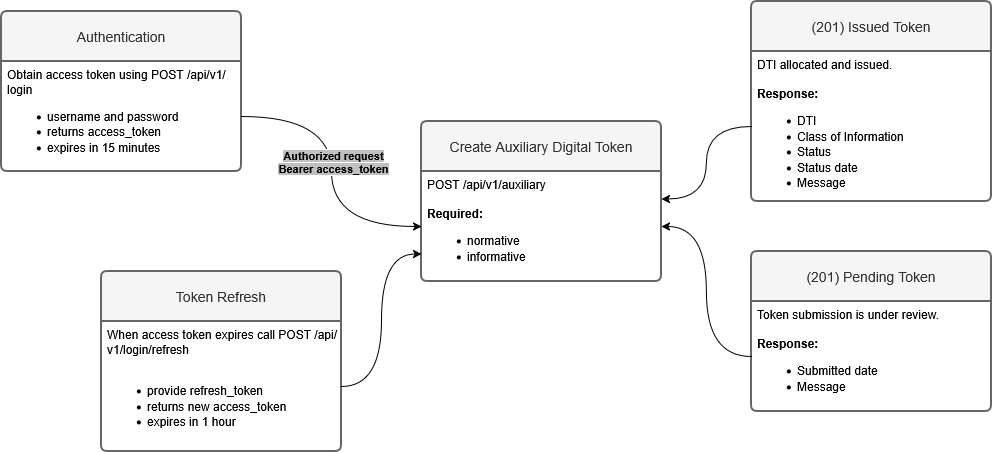
jes-spag/drawing keeps this draw.io diagram as DTI Allocation API - Diagram v1.drawio.png. Above is the earlier version. Source tidied: cells renumbered, new cells last; positions are measured from the earlier drawing's top-left corner, leaving out a move shared by most shapes. Source of this version:
```xml
<mxGraphModel>
  <root>
    <mxCell id="0" />
    <mxCell id="1" parent="0" />
    <mxCell id="2" value="Authentication" style="swimlane;horizontal=1;startSize=50;rounded=1;fontSize=14;fontStyle=0;strokeWidth=2;shadow=0;dashed=0;align=center;arcSize=4;whiteSpace=wrap;html=1;fillColor=#f5f5f5;fontColor=#333333;strokeColor=#666666;" parent="1" vertex="1">
      <mxGeometry y="10" width="240" height="160" as="geometry" />
    </mxCell>
    <mxCell id="3" value="&lt;div&gt;Obtain access token using POST /api/v1/login&lt;/div&gt;&lt;div&gt;&lt;ul&gt;&lt;li&gt;username and password&lt;/li&gt;&lt;li&gt;returns access_token&lt;/li&gt;&lt;li&gt;expires in 15 minutes&lt;/li&gt;&lt;/ul&gt;&lt;/div&gt;" style="align=left;strokeColor=none;fillColor=none;spacingLeft=4;spacingRight=4;fontSize=12;verticalAlign=top;html=1;whiteSpace=wrap;" parent="2" vertex="1">
      <mxGeometry y="50" width="240" height="110" as="geometry" />
    </mxCell>
    <mxCell id="4" value="Token Refresh" style="swimlane;horizontal=1;startSize=50;rounded=1;fontSize=14;fontStyle=0;strokeWidth=2;shadow=0;dashed=0;align=center;arcSize=4;whiteSpace=wrap;html=1;fillColor=#f5f5f5;fontColor=#333333;strokeColor=#666666;" parent="1" vertex="1">
      <mxGeometry x="100" y="270" width="240" height="180" as="geometry" />
    </mxCell>
    <mxCell id="5" value="&lt;div&gt;When access token expires call POST /api/v1/login/refresh&lt;/div&gt;&lt;div&gt;&lt;br&gt;&lt;/div&gt;&lt;div&gt;&lt;ul&gt;&lt;li&gt;provide refresh_token&lt;/li&gt;&lt;li&gt;returns new access_token&lt;/li&gt;&lt;li&gt;expires in 1 hour&lt;/li&gt;&lt;/ul&gt;&lt;/div&gt;" style="align=left;strokeColor=none;fillColor=none;spacingLeft=4;spacingRight=4;fontSize=12;verticalAlign=top;html=1;whiteSpace=wrap;" parent="4" vertex="1">
      <mxGeometry y="50" width="240" height="130" as="geometry" />
    </mxCell>
    <mxCell id="6" value="Create Auxiliary Digital Token" style="swimlane;horizontal=1;startSize=50;rounded=1;fontSize=14;fontStyle=0;strokeWidth=2;shadow=0;dashed=0;align=center;arcSize=4;whiteSpace=wrap;html=1;fillColor=#f5f5f5;fontColor=#333333;strokeColor=#666666;" parent="1" vertex="1">
      <mxGeometry x="420" y="120" width="240" height="160" as="geometry" />
    </mxCell>
    <mxCell id="7" value="&lt;div&gt;POST /api/v1/auxiliary&lt;/div&gt;&lt;div&gt;&lt;br&gt;&lt;/div&gt;&lt;div&gt;&lt;b&gt;Required:&lt;/b&gt;&lt;/div&gt;&lt;div&gt;&lt;ul&gt;&lt;li&gt;normative&lt;/li&gt;&lt;li&gt;informative&lt;/li&gt;&lt;/ul&gt;&lt;/div&gt;" style="align=left;strokeColor=none;fillColor=none;spacingLeft=4;spacingRight=4;fontSize=12;verticalAlign=top;html=1;whiteSpace=wrap;" parent="6" vertex="1">
      <mxGeometry y="50" width="240" height="110" as="geometry" />
    </mxCell>
    <mxCell id="8" value="(201) Issued Token" style="swimlane;horizontal=1;startSize=50;rounded=1;fontSize=14;fontStyle=0;strokeWidth=2;shadow=0;dashed=0;align=center;arcSize=4;whiteSpace=wrap;html=1;fillColor=#f5f5f5;fontColor=#333333;strokeColor=#666666;" parent="1" vertex="1">
      <mxGeometry x="750" width="240" height="200" as="geometry" />
    </mxCell>
    <mxCell id="9" value="&lt;div&gt;DTI allocated and issued.&lt;/div&gt;&lt;div&gt;&lt;br&gt;&lt;/div&gt;&lt;div&gt;&lt;b&gt;Response:&lt;/b&gt;&lt;/div&gt;&lt;div&gt;&lt;ul&gt;&lt;li&gt;DTI&lt;/li&gt;&lt;li&gt;Class of Information&lt;/li&gt;&lt;li&gt;Status&lt;/li&gt;&lt;li&gt;Status date&lt;/li&gt;&lt;li&gt;Message&lt;/li&gt;&lt;/ul&gt;&lt;/div&gt;" style="align=left;strokeColor=none;fillColor=none;spacingLeft=4;spacingRight=4;fontSize=12;verticalAlign=top;html=1;whiteSpace=wrap;" parent="8" vertex="1">
      <mxGeometry y="50" width="240" height="150" as="geometry" />
    </mxCell>
    <mxCell id="10" value="(201) Pending Token" style="swimlane;horizontal=1;startSize=50;rounded=1;fontSize=14;fontStyle=0;strokeWidth=2;shadow=0;dashed=0;align=center;arcSize=4;whiteSpace=wrap;html=1;fillColor=#f5f5f5;fontColor=#333333;strokeColor=#666666;" parent="1" vertex="1">
      <mxGeometry x="750" y="250" width="240" height="160" as="geometry" />
    </mxCell>
    <mxCell id="11" value="&lt;div&gt;Token submission is under review.&lt;/div&gt;&lt;div&gt;&lt;br&gt;&lt;/div&gt;&lt;div&gt;&lt;b&gt;Response:&lt;/b&gt;&lt;/div&gt;&lt;div&gt;&lt;ul&gt;&lt;li&gt;Submitted date&lt;/li&gt;&lt;li&gt;Message&lt;/li&gt;&lt;/ul&gt;&lt;/div&gt;" style="align=left;strokeColor=none;fillColor=none;spacingLeft=4;spacingRight=4;fontSize=12;verticalAlign=top;html=1;whiteSpace=wrap;" parent="10" vertex="1">
      <mxGeometry y="50" width="240" height="110" as="geometry" />
    </mxCell>
    <mxCell id="12" style="edgeStyle=orthogonalEdgeStyle;rounded=0;jettySize=auto;html=1;curved=1;" parent="1" edge="1" source="3" target="7">
      <mxGeometry relative="1" as="geometry" />
    </mxCell>
    <mxCell id="13" value="&lt;div&gt;&lt;span style=&quot;background-color: light-dark(rgb(192, 192, 192), rgb(237, 237, 237));&quot;&gt;Authorized request&lt;/span&gt;&lt;/div&gt;&lt;div&gt;&lt;span style=&quot;background-color: light-dark(rgb(192, 192, 192), rgb(237, 237, 237));&quot;&gt;Bearer access_token&lt;/span&gt;&lt;/div&gt;" style="edgeLabel;html=1;align=center;verticalAlign=middle;fontStyle=1;" parent="12" vertex="1">
      <mxGeometry x="-0.07" y="1" relative="1" as="geometry" />
    </mxCell>
    <mxCell id="14" style="edgeStyle=orthogonalEdgeStyle;rounded=0;jettySize=auto;html=1;entryX=0;entryY=0.75;entryDx=0;entryDy=0;curved=1;" parent="1" edge="1" source="5" target="7">
      <mxGeometry relative="1" as="geometry" />
    </mxCell>
    <mxCell id="15" style="edgeStyle=orthogonalEdgeStyle;rounded=0;jettySize=auto;html=1;entryX=1;entryY=0.25;entryDx=0;entryDy=0;curved=1;" parent="1" edge="1" source="9" target="7">
      <mxGeometry relative="1" as="geometry" />
    </mxCell>
    <mxCell id="16" style="edgeStyle=orthogonalEdgeStyle;rounded=0;jettySize=auto;html=1;entryX=1;entryY=0.5;entryDx=0;entryDy=0;curved=1;" parent="1" edge="1" source="11" target="7">
      <mxGeometry relative="1" as="geometry" />
    </mxCell>
  </root>
</mxGraphModel>
```
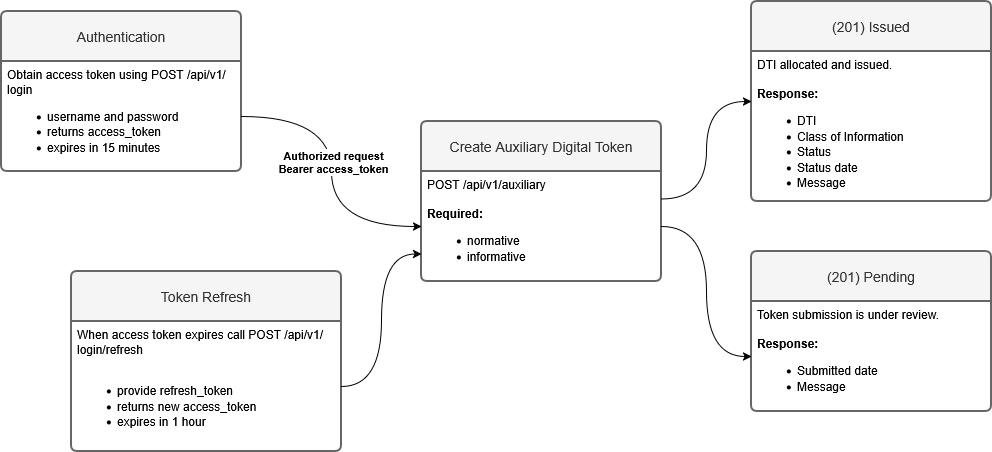
Above is the later version.

Diff of the diagram source:
```diff
@@ -9,10 +9,10 @@
       <mxGeometry y="50" width="240" height="110" as="geometry" />
     </mxCell>
     <mxCell id="4" value="Token Refresh" style="swimlane;horizontal=1;startSize=50;rounded=1;fontSize=14;fontStyle=0;strokeWidth=2;shadow=0;dashed=0;align=center;arcSize=4;whiteSpace=wrap;html=1;fillColor=#f5f5f5;fontColor=#333333;strokeColor=#666666;" parent="1" vertex="1">
-      <mxGeometry x="100" y="270" width="240" height="180" as="geometry" />
+      <mxGeometry x="70" y="270" width="270" height="180" as="geometry" />
     </mxCell>
     <mxCell id="5" value="&lt;div&gt;When access token expires call POST /api/v1/login/refresh&lt;/div&gt;&lt;div&gt;&lt;br&gt;&lt;/div&gt;&lt;div&gt;&lt;ul&gt;&lt;li&gt;provide refresh_token&lt;/li&gt;&lt;li&gt;returns new access_token&lt;/li&gt;&lt;li&gt;expires in 1 hour&lt;/li&gt;&lt;/ul&gt;&lt;/div&gt;" style="align=left;strokeColor=none;fillColor=none;spacingLeft=4;spacingRight=4;fontSize=12;verticalAlign=top;html=1;whiteSpace=wrap;" parent="4" vertex="1">
-      <mxGeometry y="50" width="240" height="130" as="geometry" />
+      <mxGeometry y="50" width="270" height="130" as="geometry" />
     </mxCell>
     <mxCell id="6" value="Create Auxiliary Digital Token" style="swimlane;horizontal=1;startSize=50;rounded=1;fontSize=14;fontStyle=0;strokeWidth=2;shadow=0;dashed=0;align=center;arcSize=4;whiteSpace=wrap;html=1;fillColor=#f5f5f5;fontColor=#333333;strokeColor=#666666;" parent="1" vertex="1">
       <mxGeometry x="420" y="120" width="240" height="160" as="geometry" />
@@ -20,13 +20,13 @@
     <mxCell id="7" value="&lt;div&gt;POST /api/v1/auxiliary&lt;/div&gt;&lt;div&gt;&lt;br&gt;&lt;/div&gt;&lt;div&gt;&lt;b&gt;Required:&lt;/b&gt;&lt;/div&gt;&lt;div&gt;&lt;ul&gt;&lt;li&gt;normative&lt;/li&gt;&lt;li&gt;informative&lt;/li&gt;&lt;/ul&gt;&lt;/div&gt;" style="align=left;strokeColor=none;fillColor=none;spacingLeft=4;spacingRight=4;fontSize=12;verticalAlign=top;html=1;whiteSpace=wrap;" parent="6" vertex="1">
       <mxGeometry y="50" width="240" height="110" as="geometry" />
     </mxCell>
-    <mxCell id="8" value="(201) Issued Token" style="swimlane;horizontal=1;startSize=50;rounded=1;fontSize=14;fontStyle=0;strokeWidth=2;shadow=0;dashed=0;align=center;arcSize=4;whiteSpace=wrap;html=1;fillColor=#f5f5f5;fontColor=#333333;strokeColor=#666666;" parent="1" vertex="1">
+    <mxCell id="8" value="(201) Issued" style="swimlane;horizontal=1;startSize=50;rounded=1;fontSize=14;fontStyle=0;strokeWidth=2;shadow=0;dashed=0;align=center;arcSize=4;whiteSpace=wrap;html=1;fillColor=#f5f5f5;fontColor=#333333;strokeColor=#666666;" parent="1" vertex="1">
       <mxGeometry x="750" width="240" height="200" as="geometry" />
     </mxCell>
     <mxCell id="9" value="&lt;div&gt;DTI allocated and issued.&lt;/div&gt;&lt;div&gt;&lt;br&gt;&lt;/div&gt;&lt;div&gt;&lt;b&gt;Response:&lt;/b&gt;&lt;/div&gt;&lt;div&gt;&lt;ul&gt;&lt;li&gt;DTI&lt;/li&gt;&lt;li&gt;Class of Information&lt;/li&gt;&lt;li&gt;Status&lt;/li&gt;&lt;li&gt;Status date&lt;/li&gt;&lt;li&gt;Message&lt;/li&gt;&lt;/ul&gt;&lt;/div&gt;" style="align=left;strokeColor=none;fillColor=none;spacingLeft=4;spacingRight=4;fontSize=12;verticalAlign=top;html=1;whiteSpace=wrap;" parent="8" vertex="1">
       <mxGeometry y="50" width="240" height="150" as="geometry" />
     </mxCell>
-    <mxCell id="10" value="(201) Pending Token" style="swimlane;horizontal=1;startSize=50;rounded=1;fontSize=14;fontStyle=0;strokeWidth=2;shadow=0;dashed=0;align=center;arcSize=4;whiteSpace=wrap;html=1;fillColor=#f5f5f5;fontColor=#333333;strokeColor=#666666;" parent="1" vertex="1">
+    <mxCell id="10" value="(201) Pending" style="swimlane;horizontal=1;startSize=50;rounded=1;fontSize=14;fontStyle=0;strokeWidth=2;shadow=0;dashed=0;align=center;arcSize=4;whiteSpace=wrap;html=1;fillColor=#f5f5f5;fontColor=#333333;strokeColor=#666666;" parent="1" vertex="1">
       <mxGeometry x="750" y="250" width="240" height="160" as="geometry" />
     </mxCell>
     <mxCell id="11" value="&lt;div&gt;Token submission is under review.&lt;/div&gt;&lt;div&gt;&lt;br&gt;&lt;/div&gt;&lt;div&gt;&lt;b&gt;Response:&lt;/b&gt;&lt;/div&gt;&lt;div&gt;&lt;ul&gt;&lt;li&gt;Submitted date&lt;/li&gt;&lt;li&gt;Message&lt;/li&gt;&lt;/ul&gt;&lt;/div&gt;" style="align=left;strokeColor=none;fillColor=none;spacingLeft=4;spacingRight=4;fontSize=12;verticalAlign=top;html=1;whiteSpace=wrap;" parent="10" vertex="1">
@@ -35,17 +35,17 @@
     <mxCell id="12" style="edgeStyle=orthogonalEdgeStyle;rounded=0;jettySize=auto;html=1;curved=1;" parent="1" edge="1" source="3" target="7">
       <mxGeometry relative="1" as="geometry" />
     </mxCell>
-    <mxCell id="13" value="&lt;div&gt;&lt;span style=&quot;background-color: light-dark(rgb(192, 192, 192), rgb(237, 237, 237));&quot;&gt;Authorized request&lt;/span&gt;&lt;/div&gt;&lt;div&gt;&lt;span style=&quot;background-color: light-dark(rgb(192, 192, 192), rgb(237, 237, 237));&quot;&gt;Bearer access_token&lt;/span&gt;&lt;/div&gt;" style="edgeLabel;html=1;align=center;verticalAlign=middle;fontStyle=1;" parent="12" vertex="1">
+    <mxCell id="13" value="&lt;div&gt;&lt;span&gt;Authorized request&lt;/span&gt;&lt;/div&gt;&lt;div&gt;&lt;span&gt;Bearer access_token&lt;/span&gt;&lt;/div&gt;" style="edgeLabel;html=1;align=center;verticalAlign=middle;fontStyle=1;" parent="12" vertex="1">
       <mxGeometry x="-0.07" y="1" relative="1" as="geometry" />
     </mxCell>
     <mxCell id="14" style="edgeStyle=orthogonalEdgeStyle;rounded=0;jettySize=auto;html=1;entryX=0;entryY=0.75;entryDx=0;entryDy=0;curved=1;" parent="1" edge="1" source="5" target="7">
       <mxGeometry relative="1" as="geometry" />
     </mxCell>
-    <mxCell id="15" style="edgeStyle=orthogonalEdgeStyle;rounded=0;jettySize=auto;html=1;entryX=1;entryY=0.25;entryDx=0;entryDy=0;curved=1;" parent="1" edge="1" source="9" target="7">
-      <mxGeometry relative="1" as="geometry" />
-    </mxCell>
-    <mxCell id="16" style="edgeStyle=orthogonalEdgeStyle;rounded=0;jettySize=auto;html=1;entryX=1;entryY=0.5;entryDx=0;entryDy=0;curved=1;" parent="1" edge="1" source="11" target="7">
-      <mxGeometry relative="1" as="geometry" />
-    </mxCell>
+    <mxCell id="17" style="edgeStyle=orthogonalEdgeStyle;rounded=0;jettySize=auto;html=1;entryX=0;entryY=0.5;entryDx=0;entryDy=0;curved=1;exitX=1;exitY=0.25;exitDx=0;exitDy=0;" parent="1" edge="1" source="7" target="8">
+      <mxGeometry relative="1" as="geometry" />
+    </mxCell>
+    <mxCell id="18" style="edgeStyle=orthogonalEdgeStyle;rounded=0;jettySize=auto;html=1;entryX=0;entryY=0.5;entryDx=0;entryDy=0;curved=1;" parent="1" edge="1" source="7" target="11">
+      <mxGeometry relative="1" as="geometry" />
+    </mxCell>
   </root>
 </mxGraphModel>
```
